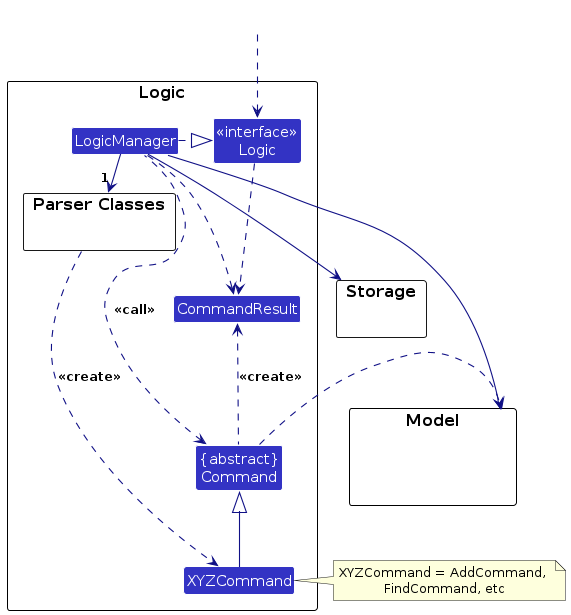
Earlier version of the PlantUML export diagrams/LogicClassDiagram.png (AY2627S1-CS2103T-T15-1/tp). Its source is kept beside it as diagrams/LogicClassDiagram.puml.
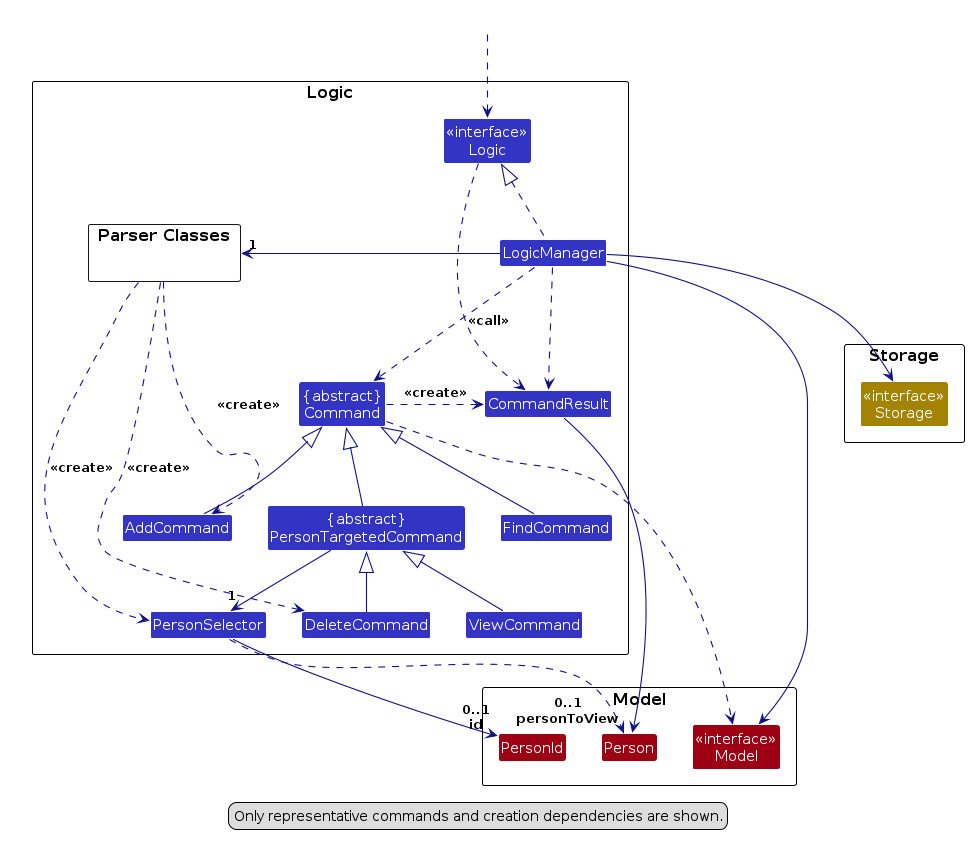
Above is the later version.

The edit, as a diff of the source:
```diff
@@ -8,7 +8,12 @@
 
 package "Parser Classes" as ParserClasses{
 }
-Class XYZCommand
+Class AddCommand
+Class FindCommand
+Class DeleteCommand
+Class ViewCommand
+Class "{abstract}\nPersonTargetedCommand" as PersonTargetedCommand
+Class PersonSelector
 Class CommandResult
 Class "{abstract}\nCommand" as Command
 
@@ -17,31 +22,45 @@
 Class LogicManager
 }
 
-package Model {
-Class HiddenModel #FFFFFF
+package Model as ModelPackage {
+Class "<<interface>>\nModel" as Model MODEL_COLOR
+Class Person MODEL_COLOR
+Class PersonId MODEL_COLOR
 }
 
-package Storage {
+package Storage as StoragePackage {
+Class "<<interface>>\nStorage" as Storage STORAGE_COLOR
 }
 
 Class HiddenOutside #FFFFFF
 HiddenOutside ..> Logic
 
-LogicManager .right.|> Logic
-LogicManager -right->"1" ParserClasses
-ParserClasses ..> XYZCommand : <<create>>
+LogicManager .up.|> Logic
+LogicManager -left->"1" ParserClasses
+ParserClasses ..> AddCommand : <<create>>
+ParserClasses ..> DeleteCommand : <<create>>
+ParserClasses ..> PersonSelector : <<create>>
 
-XYZCommand -up-|> Command
-LogicManager .left.> Command : <<call>>
+AddCommand -up-|> Command
+FindCommand -up-|> Command
+PersonTargetedCommand -up-|> Command
+DeleteCommand -up-|> PersonTargetedCommand
+ViewCommand -up-|> PersonTargetedCommand
+PersonTargetedCommand --> "1" PersonSelector
+LogicManager .down.> Command : <<call>>
 
 LogicManager --> Model
 LogicManager --> Storage
-Storage --[hidden] Model
-Command .[hidden]up.> Storage
 Command .right.> Model
-note right of XYZCommand: XYZCommand = AddCommand, \nFindCommand, etc
+PersonSelector ..> Person
+PersonSelector --> "0..1\nid" PersonId
 
 Logic ..> CommandResult
 LogicManager .down.> CommandResult
-Command .up.> CommandResult : <<create>>
+Command .right.> CommandResult : <<create>>
+CommandResult --> "0..1\npersonToView" Person
+
+legend bottom
+Only representative commands and creation dependencies are shown.
+endlegend
 @enduml
```
